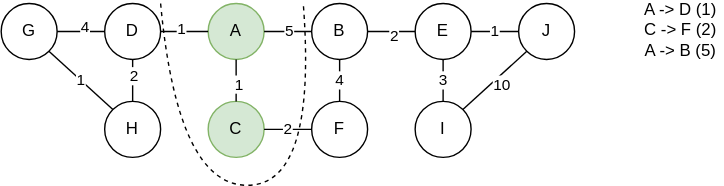
anton-pershin/spbu-fundamentals-of-algorithms keeps this draw.io diagram as practicum_4/homework/images/graph_from_maze_dijkstra_2.svg. Above is the earlier version. Source tidied: cells renumbered, new cells last; positions are measured from the earlier drawing's top-left corner, leaving out a move shared by most shapes.
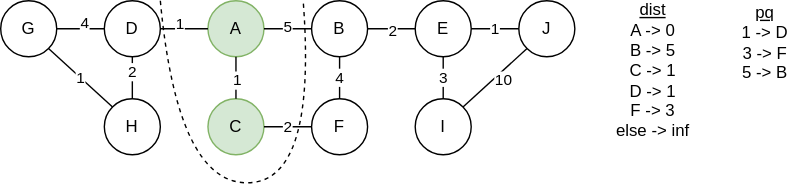
After the change.

Commit message:
Added correct illustrations for dijkstra algorithm

Diff of the diagram source:
```diff
@@ -89,18 +89,21 @@
     <mxCell id="30" value="10" style="edgeLabel;html=1;align=center;verticalAlign=middle;" parent="29" vertex="1">
       <mxGeometry x="-0.08" y="5" relative="1" as="geometry" />
     </mxCell>
-    <mxCell id="31" value="A -&amp;gt; D (1)&lt;div&gt;C -&amp;gt; F (2)&lt;/div&gt;&lt;div&gt;A -&amp;gt; B (5)&lt;/div&gt;" style="text;html=1;align=center;verticalAlign=middle;whiteSpace=wrap;rounded=0;" parent="1" vertex="1">
-      <mxGeometry x="456" y="4" width="60" height="30" as="geometry" />
+    <mxCell id="31" style="curved=1;endArrow=none;html=1;rounded=0;startFill=0;dashed=1;" parent="1" edge="1">
+      <mxGeometry relative="1" as="geometry">
+        <mxPoint x="114" as="sourcePoint" />
+        <mxPoint x="216" as="targetPoint" />
+        <Array as="points">
+          <mxPoint x="126" y="130" />
+          <mxPoint x="226" y="130" />
+        </Array>
+      </mxGeometry>
     </mxCell>
-    <mxCell id="32" style="curved=1;endArrow=none;html=1;rounded=0;startFill=0;dashed=1;" parent="1" edge="1">
-      <mxGeometry relative="1" as="geometry">
-        <mxPoint x="114" as="sourcePoint" />
-        <mxPoint x="216" as="targetPoint" />
-        <Array as="points">
-          <mxPoint x="126" y="130" />
-          <mxPoint x="226" y="130" />
-        </Array>
-      </mxGeometry>
+    <mxCell id="32" value="&lt;div style=&quot;&quot;&gt;&lt;u&gt;dist&lt;/u&gt;&lt;/div&gt;A -&amp;gt; 0&lt;div&gt;B -&amp;gt; 5&lt;/div&gt;&lt;div&gt;C -&amp;gt; 1&lt;/div&gt;&lt;div&gt;D -&amp;gt; 1&lt;/div&gt;&lt;div&gt;F -&amp;gt; 3&lt;/div&gt;&lt;div&gt;else -&amp;gt; inf&lt;/div&gt;" style="text;html=1;align=center;verticalAlign=middle;whiteSpace=wrap;rounded=0;" parent="1" vertex="1">
+      <mxGeometry x="436" width="60" height="100" as="geometry" />
     </mxCell>
+    <mxCell id="33" value="&lt;div style=&quot;&quot;&gt;&lt;u&gt;pq&lt;/u&gt;&lt;/div&gt;&lt;div&gt;1 -&amp;gt; D&lt;/div&gt;&lt;div&gt;3 -&amp;gt; F&lt;/div&gt;&lt;div&gt;5 -&amp;gt; B&lt;/div&gt;" style="text;html=1;align=center;verticalAlign=middle;whiteSpace=wrap;rounded=0;" parent="1" vertex="1">
+      <mxGeometry x="516" width="60" height="60" as="geometry" />
+    </mxCell>
   </root>
 </mxGraphModel>
```
